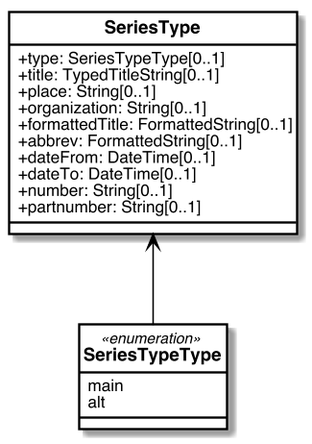
relaton/relaton-models keeps this PlantUML diagram as images/RelBib_Series.png. Above is the earlier version.
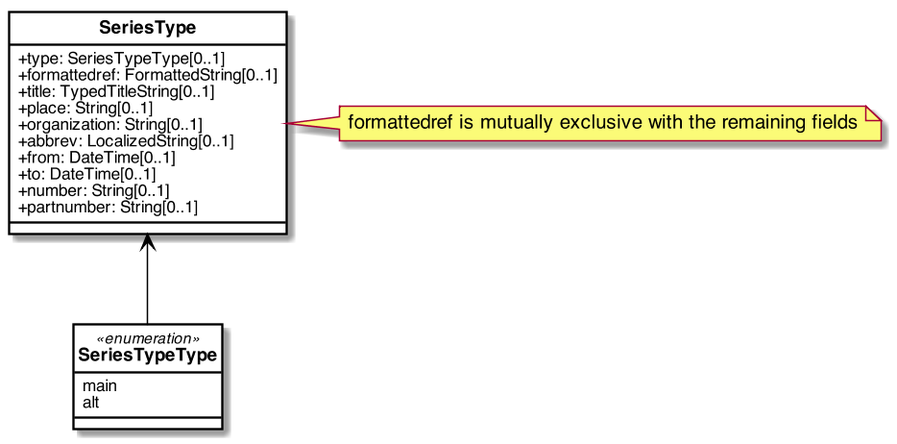
Later version of the same file.

The edit, as a diff of the source:
```diff
@@ -43,13 +43,13 @@
 
 class SeriesType {
     +type: SeriesTypeType[0..1]
+    +formattedref: FormattedString[0..1]
     +title: TypedTitleString[0..1]
     +place: String[0..1]
     +organization: String[0..1]
-    +formattedTitle: FormattedString[0..1]
-    +abbrev: FormattedString[0..1]
-    +dateFrom: DateTime[0..1]
-    +dateTo: DateTime[0..1]
+    +abbrev: LocalizedString[0..1]
+    +from: DateTime[0..1]
+    +to: DateTime[0..1]
     +number: String[0..1]
     +partnumber: String[0..1]
 }
@@ -59,7 +59,7 @@
     alt
 }
 
-
+note right of SeriesType: formattedref is mutually exclusive with the remaining fields
 
 SeriesType <-- SeriesTypeType
 
```
